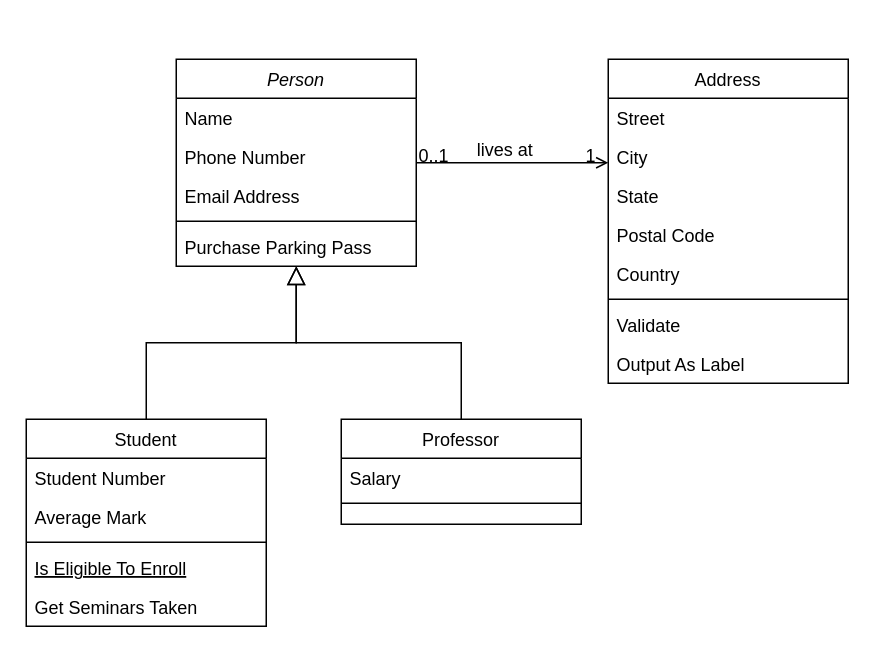
This is Diagramme sans nom.drawio from Kimii01/Mot-crois-e-apk, a draw.io file, before an edit. Source tidied: cells renumbered, new cells numbered last; positions are measured from the earlier drawing's top-left corner, leaving out a move shared by most shapes. Both pictures are drawn from the tidied source at 150%, with x=0, y=0 at pixel (26, 58).
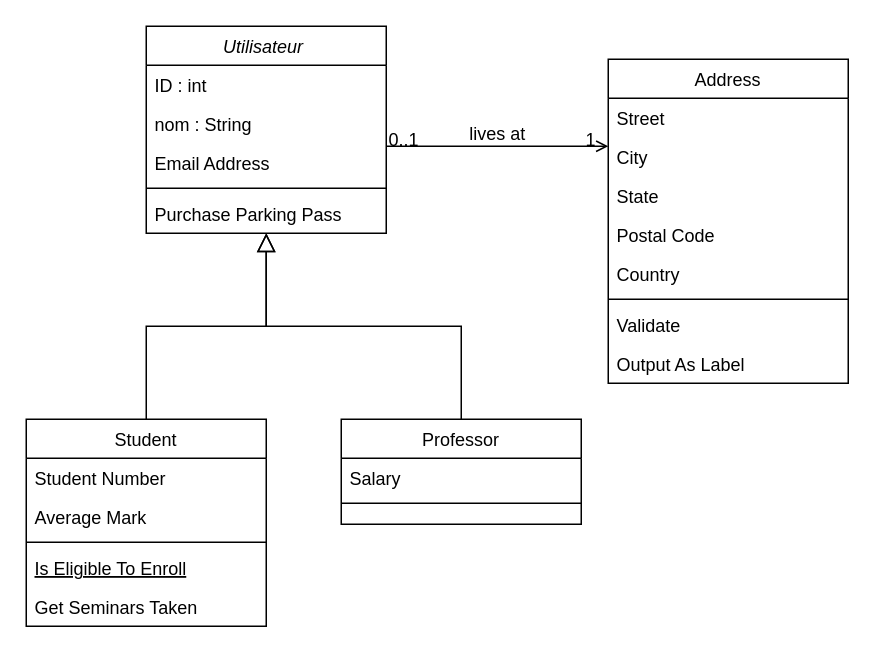
Above is the later version.

Commit message:
Mettre à jour Diagramme sans nom.drawio

The edit, as a diff of the source:
```diff
@@
-    <mxCell id="2" value="Person" style="swimlane;fontStyle=2;align=center;verticalAlign=top;horizontal=1;startSize=26;rounded=0;shadow=0;strokeWidth=1;" parent="1" vertex="1">
-      <mxGeometry x="100" width="160" height="138" as="geometry" />
+    <mxCell id="2" value="Utilisateur " style="swimlane;fontStyle=2;align=center;verticalAlign=top;horizontal=1;startSize=26;rounded=0;shadow=0;strokeWidth=1;" parent="1" vertex="1">
+      <mxGeometry x="80" y="-22" width="160" height="138" as="geometry" />
     </mxCell>
-    <mxCell id="3" value="Name" style="text;align=left;verticalAlign=top;spacingLeft=4;spacingRight=4;overflow=hidden;" parent="2" vertex="1">
+    <mxCell id="3" value="ID : int        " style="text;align=left;verticalAlign=top;spacingLeft=4;spacingRight=4;overflow=hidden;" parent="2" vertex="1">
       <mxGeometry y="26" width="160" height="26" as="geometry" />
     </mxCell>
-    <mxCell id="4" value="Phone Number" style="text;align=left;verticalAlign=top;spacingLeft=4;spacingRight=4;overflow=hidden;rounded=0;shadow=0;html=0;" parent="2" vertex="1">
+    <mxCell id="4" value="nom : String    " style="text;align=left;verticalAlign=top;spacingLeft=4;spacingRight=4;overflow=hidden;rounded=0;shadow=0;html=0;" parent="2" vertex="1">
       <mxGeometry y="52" width="160" height="26" as="geometry" />
     </mxCell>
```
